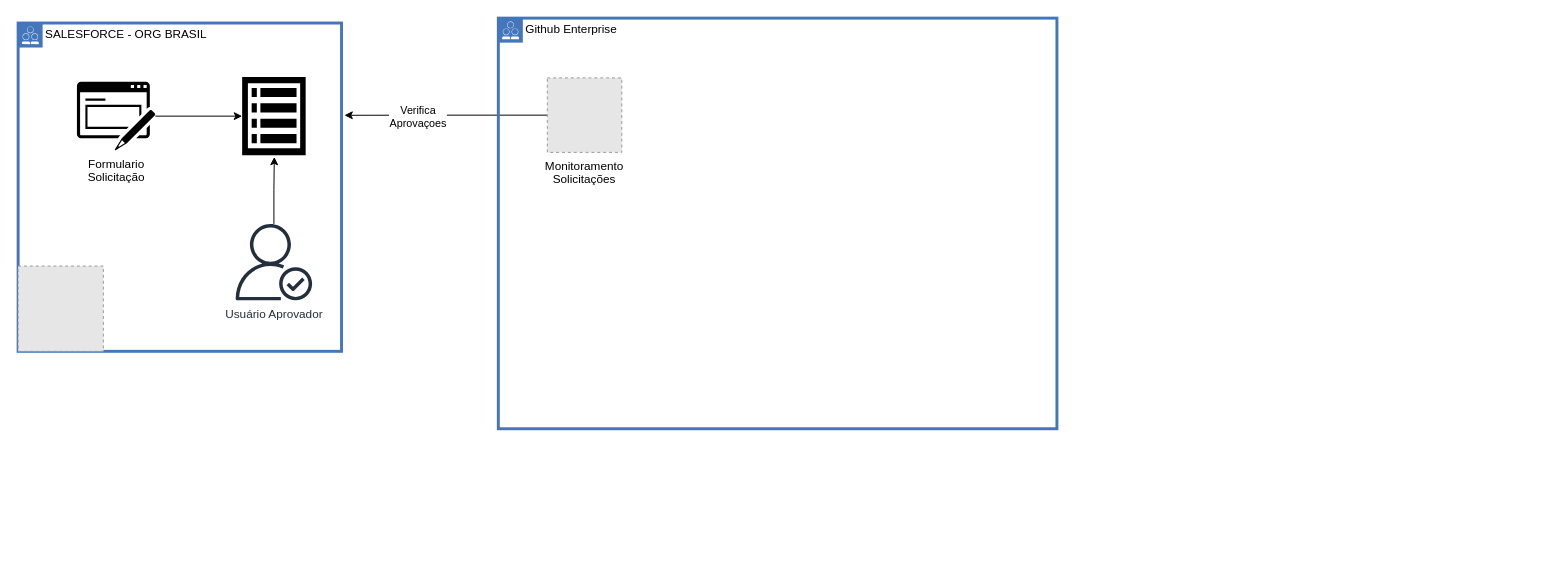
Earlier version of the draw.io diagram criacao_usuarios_audi.drawio (leo-odilon/draw.io). Source tidied: cells renumbered, new cells numbered last; positions are measured from the earlier drawing's top-left corner, leaving out a move shared by most shapes. Both pictures are drawn from the tidied source at 98%, with x=0, y=0 at pixel (18, 18). Pictures stored in the file or linked from it are replaced by grey dashed boxes.
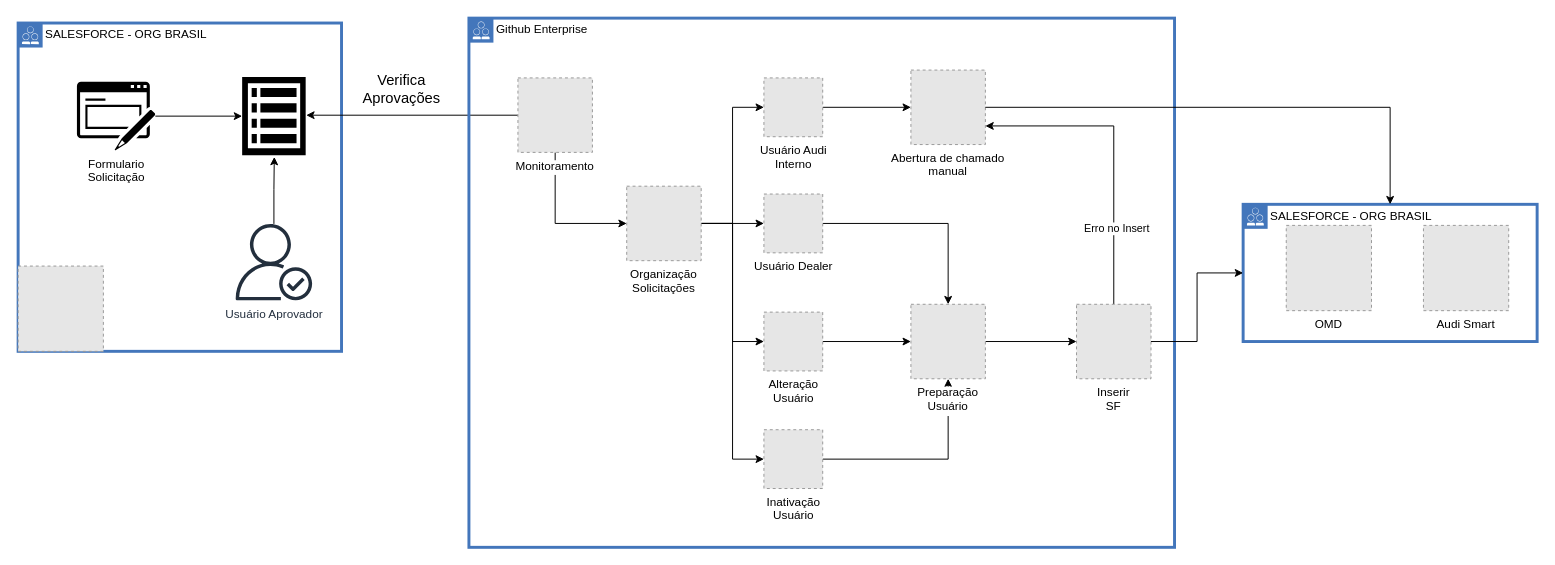
The same page after the edit.

The change refers to these unchanged cells:
```xml
<mxCell id="2" value="SALESFORCE - ORG BRASIL" style="shape=mxgraph.ibm.box;prType=public;fontStyle=0;verticalAlign=top;align=left;spacingLeft=32;spacingTop=4;fillColor=none;rounded=0;whiteSpace=wrap;html=1;strokeColor=#4376BB;strokeWidth=3;dashed=0;spacing=-4;" parent="1" vertex="1">
  <mxGeometry y="5" width="330" height="335" as="geometry" />
</mxCell>
<mxCell id="4" style="sketch=0;html=1;strokeColor=none;shadow=0;fillColor=#000000;verticalAlign=top;labelPosition=center;verticalLabelPosition=bottom;shape=mxgraph.gcp2.view_list;" parent="2" vertex="1">
  <mxGeometry x="228.6" y="55" width="64.8" height="80" as="geometry" />
</mxCell>
```

The edit, as a diff of the source:
```diff
@@
-    <mxCell id="9" style="edgeStyle=orthogonalEdgeStyle;rounded=0;jettySize=auto;html=1;entryX=1.009;entryY=0.281;entryDx=0;entryDy=0;entryPerimeter=0;" parent="1" edge="1" source="12" target="2">
+    <mxCell id="9" style="edgeStyle=orthogonalEdgeStyle;rounded=0;jettySize=auto;html=1;entryX=1.009;entryY=0.488;entryDx=0;entryDy=0;entryPerimeter=0;" parent="1" edge="1" source="12" target="4">
       <mxGeometry relative="1" as="geometry" />
     </mxCell>
-    <mxCell id="10" value="Verifica&lt;br&gt;Aprovaçoes" style="edgeLabel;html=1;align=center;verticalAlign=middle;" parent="9" vertex="1">
+    <mxCell id="10" value="Verifica&lt;br style=&quot;font-size: 15px;&quot;&gt;Aprovações" style="edgeLabel;html=1;align=center;verticalAlign=middle;fontSize=15;" parent="9" vertex="1">
       <mxGeometry x="0.29" y="1" relative="1" as="geometry">
-        <mxPoint x="1" as="offset" />
+        <mxPoint x="19" y="-29" as="offset" />
       </mxGeometry>
     </mxCell>
     <mxCell id="11" value="Github Enterprise" style="shape=mxgraph.ibm.box;prType=public;fontStyle=0;verticalAlign=top;align=left;spacingLeft=32;spacingTop=4;fillColor=none;rounded=0;whiteSpace=wrap;html=1;strokeColor=#4376BB;strokeWidth=3;dashed=0;spacing=-4;" parent="1" vertex="1">
-      <mxGeometry x="490" width="570" height="419" as="geometry" />
+      <mxGeometry x="460" width="720" height="540" as="geometry" />
     </mxCell>
+    <mxCell id="13" style="edgeStyle=orthogonalEdgeStyle;rounded=0;jettySize=auto;html=1;entryX=0;entryY=0.5;entryDx=0;entryDy=0;" parent="11" edge="1" source="12" target="18">
+      <mxGeometry relative="1" as="geometry">
+        <Array as="points">
+          <mxPoint x="88" y="210" />
+        </Array>
+      </mxGeometry>
+    </mxCell>
-    <mxCell id="12" value="Monitoramento&#10;Solicitações" style="fillColor=#E6E6E6;strokeColor=#999999;dashed=1;verticalLabelPosition=bottom;labelBackgroundColor=default;verticalAlign=top;" parent="11" vertex="1">
+    <mxCell id="12" value="Monitoramento" style="fillColor=#E6E6E6;strokeColor=#999999;dashed=1;verticalLabelPosition=bottom;labelBackgroundColor=default;verticalAlign=top;" parent="11" vertex="1">
       <mxGeometry x="50" y="61" width="76" height="76" as="geometry" />
     </mxCell>
+    <mxCell id="14" style="edgeStyle=orthogonalEdgeStyle;rounded=0;jettySize=auto;html=1;entryX=0;entryY=0.5;entryDx=0;entryDy=0;" parent="11" edge="1" source="18" target="20">
+      <mxGeometry relative="1" as="geometry" />
+    </mxCell>
+    <mxCell id="15" style="edgeStyle=orthogonalEdgeStyle;rounded=0;jettySize=auto;html=1;entryX=0;entryY=0.5;entryDx=0;entryDy=0;" parent="11" edge="1" source="18" target="22">
+      <mxGeometry relative="1" as="geometry" />
+    </mxCell>
+    <mxCell id="16" style="edgeStyle=orthogonalEdgeStyle;rounded=0;jettySize=auto;html=1;entryX=0;entryY=0.5;entryDx=0;entryDy=0;" parent="11" edge="1" source="18" target="24">
+      <mxGeometry relative="1" as="geometry" />
+    </mxCell>
+    <mxCell id="17" style="edgeStyle=orthogonalEdgeStyle;rounded=0;jettySize=auto;html=1;entryX=0;entryY=0.5;entryDx=0;entryDy=0;" parent="11" edge="1" source="18" target="26">
+      <mxGeometry relative="1" as="geometry" />
+    </mxCell>
+    <mxCell id="18" value="Organização&#10;Solicitações" style="fillColor=#E6E6E6;strokeColor=#999999;dashed=1;verticalLabelPosition=bottom;labelBackgroundColor=default;verticalAlign=top;" parent="11" vertex="1">
+      <mxGeometry x="161" y="171.5" width="76" height="76" as="geometry" />
+    </mxCell>
+    <mxCell id="19" style="edgeStyle=orthogonalEdgeStyle;rounded=0;jettySize=auto;html=1;entryX=0;entryY=0.5;entryDx=0;entryDy=0;" parent="11" edge="1" source="20" target="27">
+      <mxGeometry relative="1" as="geometry" />
+    </mxCell>
+    <mxCell id="20" value="Usuário Audi&lt;br&gt;Interno" style="fillColor=#E6E6E6;strokeColor=#999999;dashed=1;html=1;verticalAlign=top;verticalLabelPosition=bottom;labelBackgroundColor=#ffffff;" parent="11" vertex="1">
+      <mxGeometry x="301" y="61" width="60" height="60" as="geometry" />
+    </mxCell>
+    <mxCell id="21" style="edgeStyle=orthogonalEdgeStyle;rounded=0;jettySize=auto;html=1;" parent="11" edge="1" source="22" target="29">
+      <mxGeometry relative="1" as="geometry" />
+    </mxCell>
+    <mxCell id="22" value="Usuário Dealer" style="fillColor=#E6E6E6;strokeColor=#999999;dashed=1;html=1;verticalAlign=top;verticalLabelPosition=bottom;labelBackgroundColor=#ffffff;" parent="11" vertex="1">
+      <mxGeometry x="301" y="179.5" width="60" height="60" as="geometry" />
+    </mxCell>
+    <mxCell id="23" style="edgeStyle=orthogonalEdgeStyle;rounded=0;jettySize=auto;html=1;" parent="11" edge="1" source="24" target="29">
+      <mxGeometry relative="1" as="geometry" />
+    </mxCell>
+    <mxCell id="24" value="Alteração&lt;br&gt;Usuário" style="fillColor=#E6E6E6;strokeColor=#999999;dashed=1;html=1;verticalAlign=top;verticalLabelPosition=bottom;labelBackgroundColor=#ffffff;" parent="11" vertex="1">
+      <mxGeometry x="301" y="300" width="60" height="60" as="geometry" />
+    </mxCell>
+    <mxCell id="25" style="edgeStyle=orthogonalEdgeStyle;rounded=0;jettySize=auto;html=1;" parent="11" edge="1" source="26" target="29">
+      <mxGeometry relative="1" as="geometry" />
+    </mxCell>
+    <mxCell id="26" value="Inativação&lt;br&gt;Usuário" style="fillColor=#E6E6E6;strokeColor=#999999;dashed=1;html=1;verticalAlign=top;verticalLabelPosition=bottom;labelBackgroundColor=#ffffff;" parent="11" vertex="1">
+      <mxGeometry x="301" y="420" width="60" height="60" as="geometry" />
+    </mxCell>
+    <mxCell id="27" value="Abertura de chamado &#10;manual" style="fillColor=#E6E6E6;strokeColor=#999999;dashed=1;verticalLabelPosition=bottom;labelBackgroundColor=default;verticalAlign=top;" parent="11" vertex="1">
+      <mxGeometry x="451" y="53" width="76" height="76" as="geometry" />
+    </mxCell>
+    <mxCell id="28" style="edgeStyle=orthogonalEdgeStyle;rounded=0;jettySize=auto;html=1;" parent="11" edge="1" source="29" target="32">
+      <mxGeometry relative="1" as="geometry" />
+    </mxCell>
+    <mxCell id="29" value="Preparação&#10;Usuário" style="fillColor=#E6E6E6;strokeColor=#999999;dashed=1;verticalLabelPosition=bottom;labelBackgroundColor=default;verticalAlign=top;" parent="11" vertex="1">
+      <mxGeometry x="451" y="292" width="76" height="76" as="geometry" />
+    </mxCell>
+    <mxCell id="30" style="edgeStyle=orthogonalEdgeStyle;rounded=0;jettySize=auto;html=1;entryX=1;entryY=0.75;entryDx=0;entryDy=0;" parent="11" edge="1" source="32" target="27">
+      <mxGeometry relative="1" as="geometry">
+        <Array as="points">
+          <mxPoint x="658" y="110" />
+        </Array>
+      </mxGeometry>
+    </mxCell>
+    <mxCell id="31" value="Erro no Insert" style="edgeLabel;html=1;align=center;verticalAlign=middle;" parent="30" vertex="1">
+      <mxGeometry x="-0.5" y="-2" relative="1" as="geometry" />
+    </mxCell>
+    <mxCell id="32" value="Inserir&#10;SF" style="fillColor=#E6E6E6;strokeColor=#999999;dashed=1;verticalLabelPosition=bottom;labelBackgroundColor=default;verticalAlign=top;" parent="11" vertex="1">
+      <mxGeometry x="620" y="292" width="76" height="76" as="geometry" />
+    </mxCell>
+    <mxCell id="33" value="SALESFORCE - ORG BRASIL" style="shape=mxgraph.ibm.box;prType=public;fontStyle=0;verticalAlign=top;align=left;spacingLeft=32;spacingTop=4;fillColor=none;rounded=0;whiteSpace=wrap;html=1;strokeColor=#4376BB;strokeWidth=3;dashed=0;spacing=-4;" parent="1" vertex="1">
+      <mxGeometry x="1250" y="190" width="300" height="140" as="geometry" />
+    </mxCell>
+    <mxCell id="34" value="OMD" style="fillColor=#E6E6E6;strokeColor=#999999;dashed=1;verticalLabelPosition=bottom;labelBackgroundColor=default;verticalAlign=top;" parent="33" vertex="1">
+      <mxGeometry x="44" y="21.5" width="87" height="87" as="geometry" />
+    </mxCell>
+    <mxCell id="35" value="Audi Smart" style="fillColor=#E6E6E6;strokeColor=#999999;dashed=1;verticalLabelPosition=bottom;labelBackgroundColor=default;verticalAlign=top;" parent="33" vertex="1">
+      <mxGeometry x="184" y="21.5" width="87" height="87" as="geometry" />
+    </mxCell>
+    <mxCell id="36" style="edgeStyle=orthogonalEdgeStyle;rounded=0;jettySize=auto;html=1;" parent="1" edge="1" source="27" target="33">
+      <mxGeometry relative="1" as="geometry" />
+    </mxCell>
+    <mxCell id="37" style="edgeStyle=orthogonalEdgeStyle;rounded=0;jettySize=auto;html=1;" parent="1" edge="1" source="32" target="33">
+      <mxGeometry relative="1" as="geometry" />
+    </mxCell>
```
